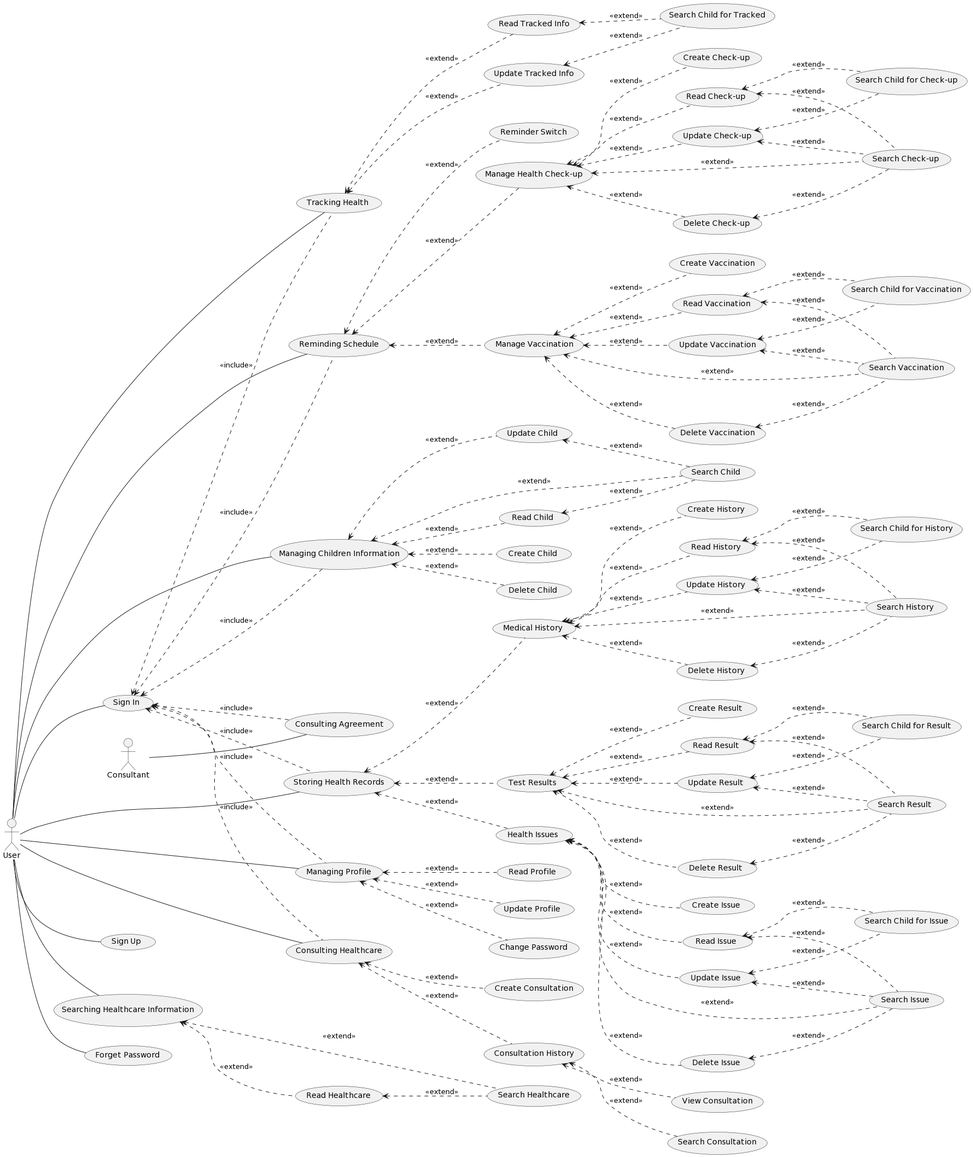
Earlier version of the PlantUML export Lab 1/Lab 1.2/usecase/usecase-diagram.png (quangnk97/SE357-Pratice-class).
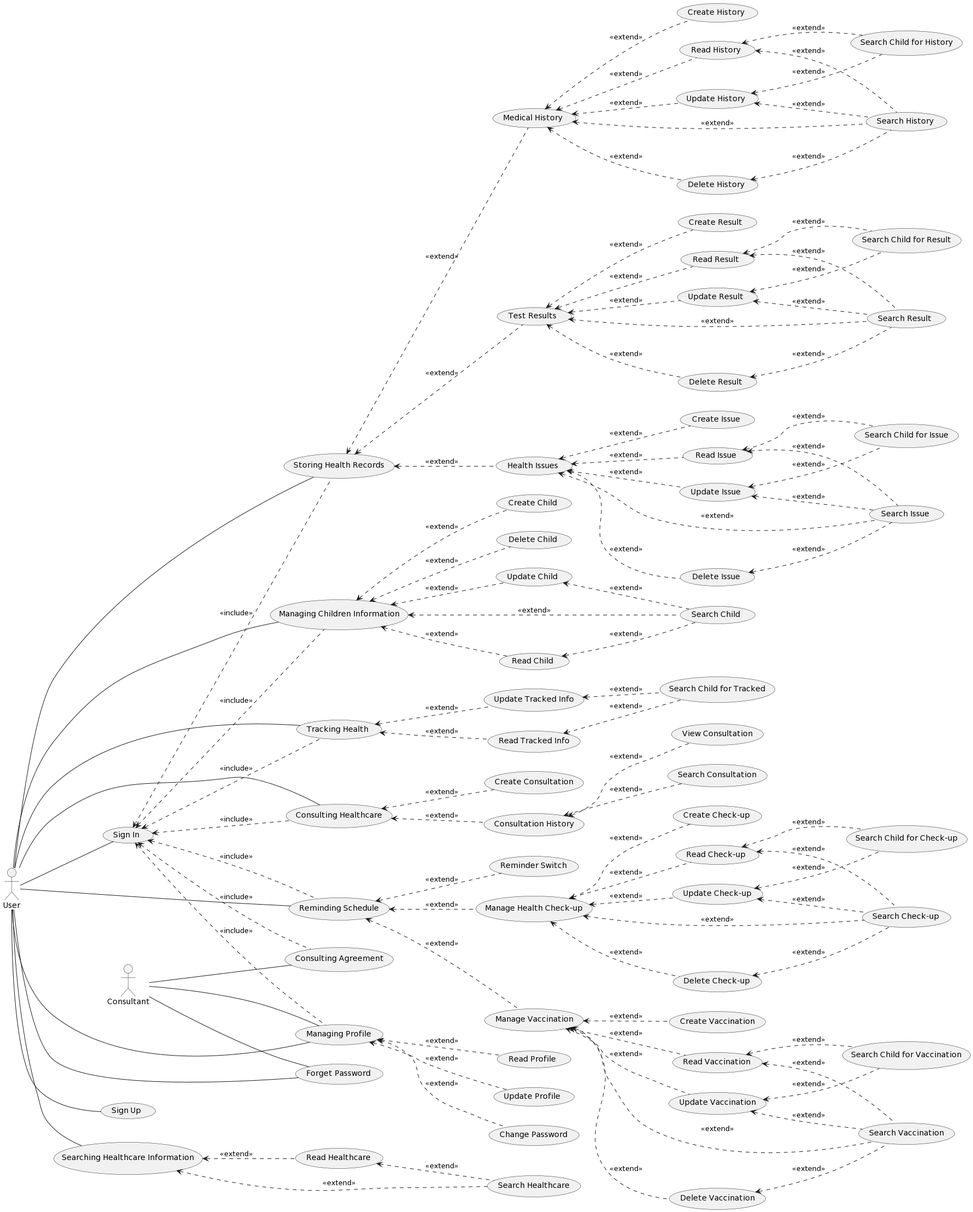
After the change.

Commit message:
Fix use case and finish lab 1.3

What changed in the source:
```diff
@@ -127,4 +127,6 @@
 (Consulting Agreement) as (UC11)
 :c: -- (UC11)
 (UC1) <.. (UC11) : <<include>>
+:c: -- (UC10)
+:c: -- (UC8)
 @enduml
```
